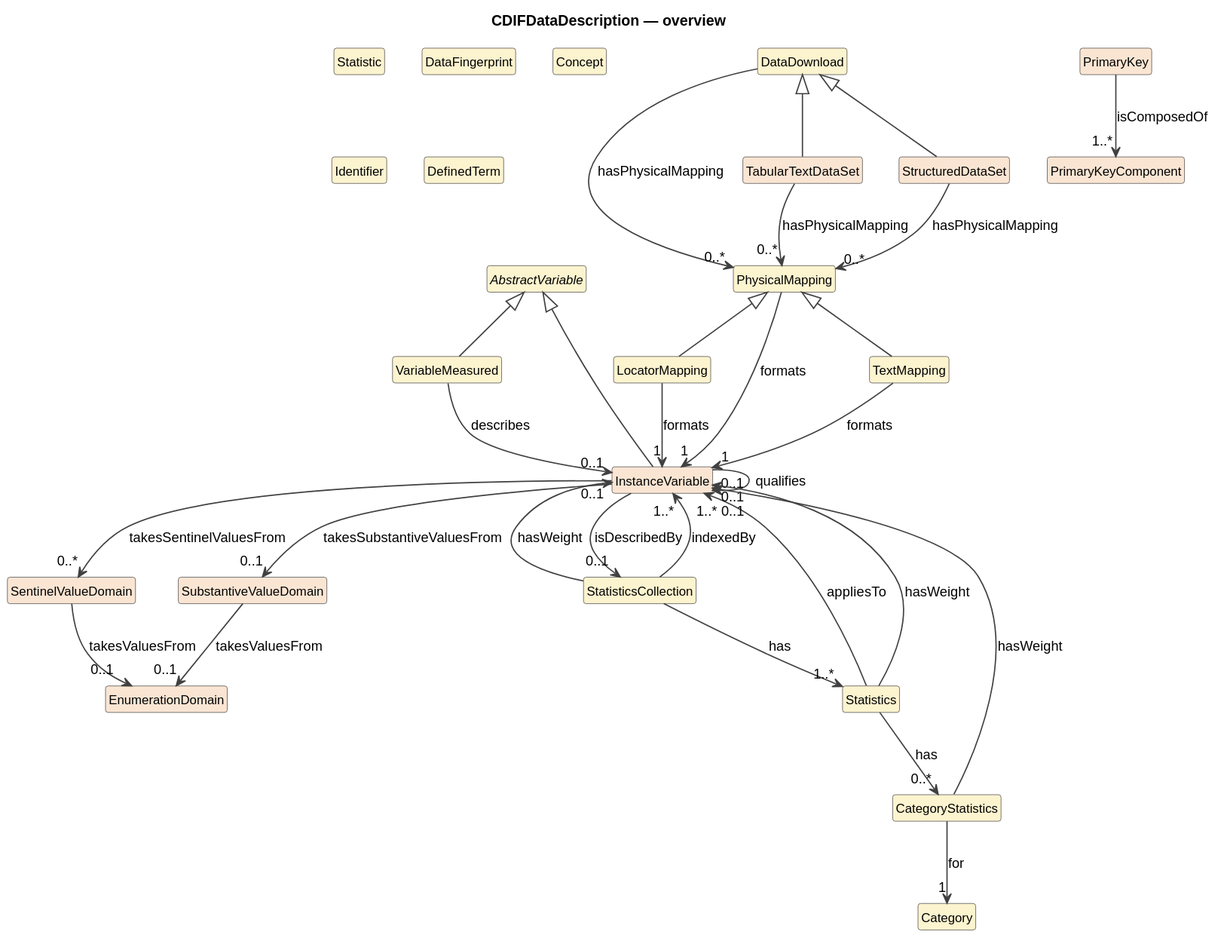
Before: cdif-uml-model/_plantuml/cdifDataDescription/index.local.svg, a diagram exported from PlantUML (Cross-Domain-Interoperability-Framework/metadataBuildingBlocks).
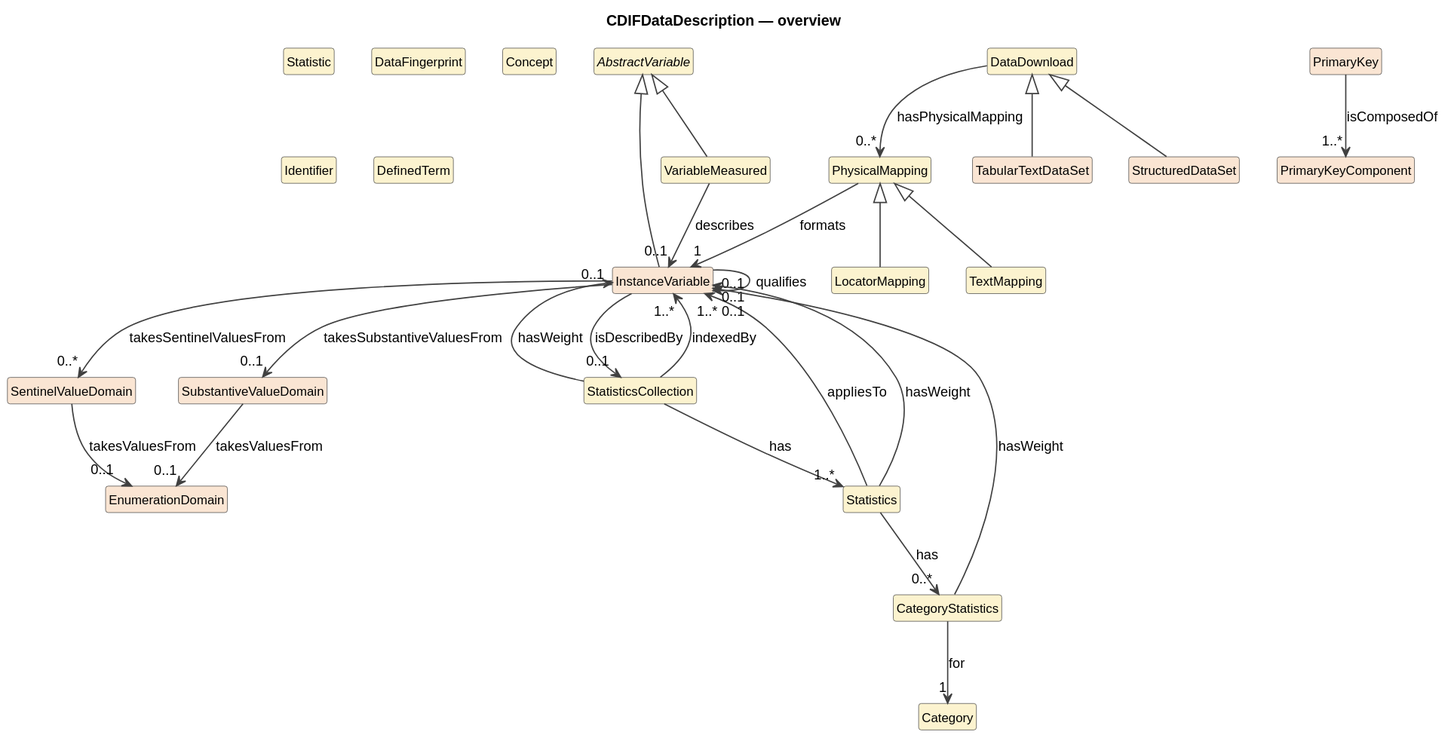
Above is the later version.

Change to the diagram source:
```diff
@@ -57,8 +57,4 @@
 SubstantiveValueDomain --> "0..1" EnumerationDomain : takesValuesFrom
 SentinelValueDomain --> "0..1" EnumerationDomain : takesValuesFrom
 PhysicalMapping --> "1" InstanceVariable : formats
-TextMapping --> "1" InstanceVariable : formats
-LocatorMapping --> "1" InstanceVariable : formats
-TabularTextDataSet --> "0..*" PhysicalMapping : hasPhysicalMapping
-StructuredDataSet --> "0..*" PhysicalMapping : hasPhysicalMapping
 @enduml
```
